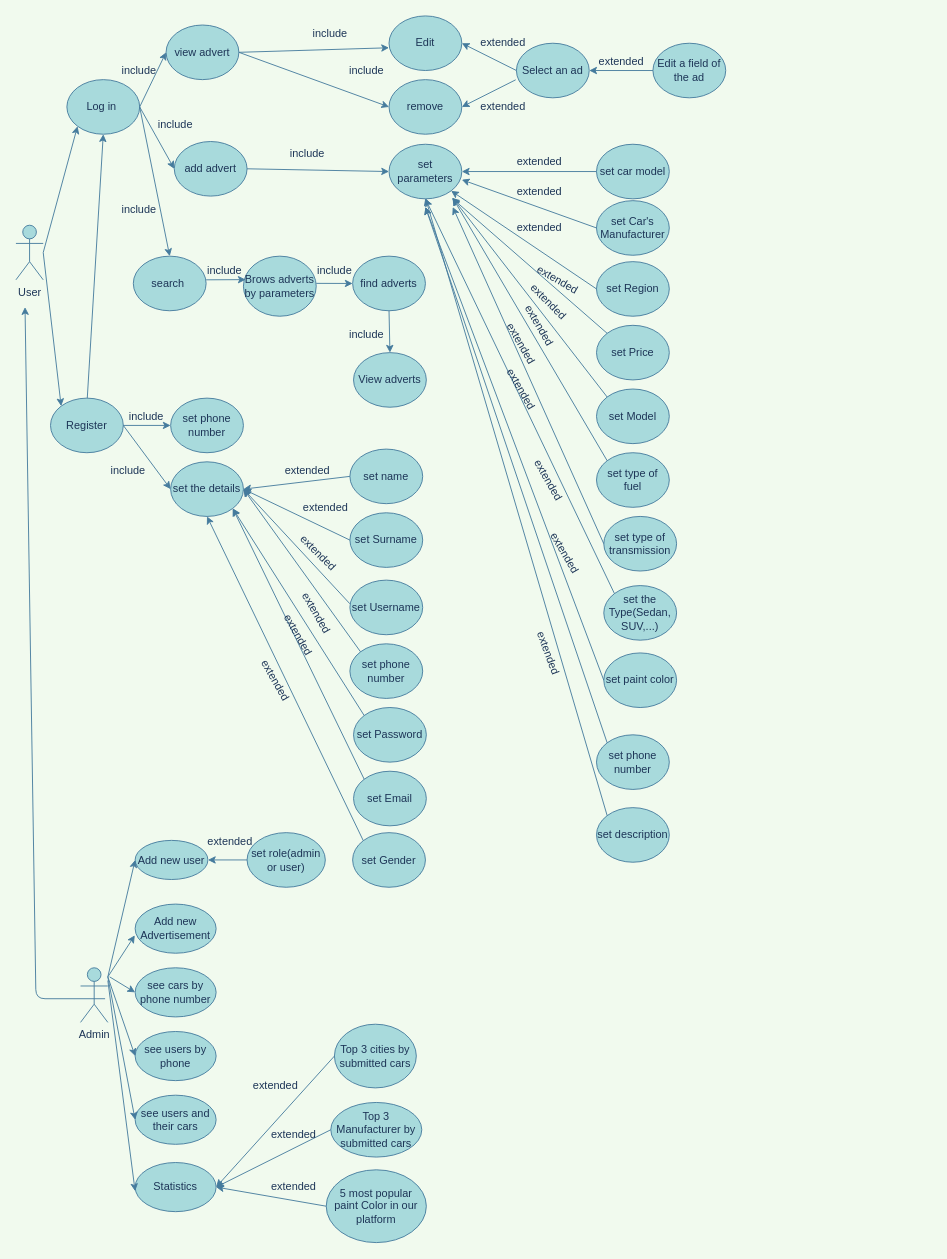
kamran-mehravar/Large-scale-and-Multi-structured-Databases-Project keeps this draw.io diagram as Untitled Diagram.drawio. Above is the earlier version. Source tidied: cells renumbered, new cells numbered last; positions are measured from the earlier drawing's top-left corner, leaving out a move shared by most shapes. Both pictures are drawn from the tidied source at 91%, with x=0, y=0 at pixel (15, 15).
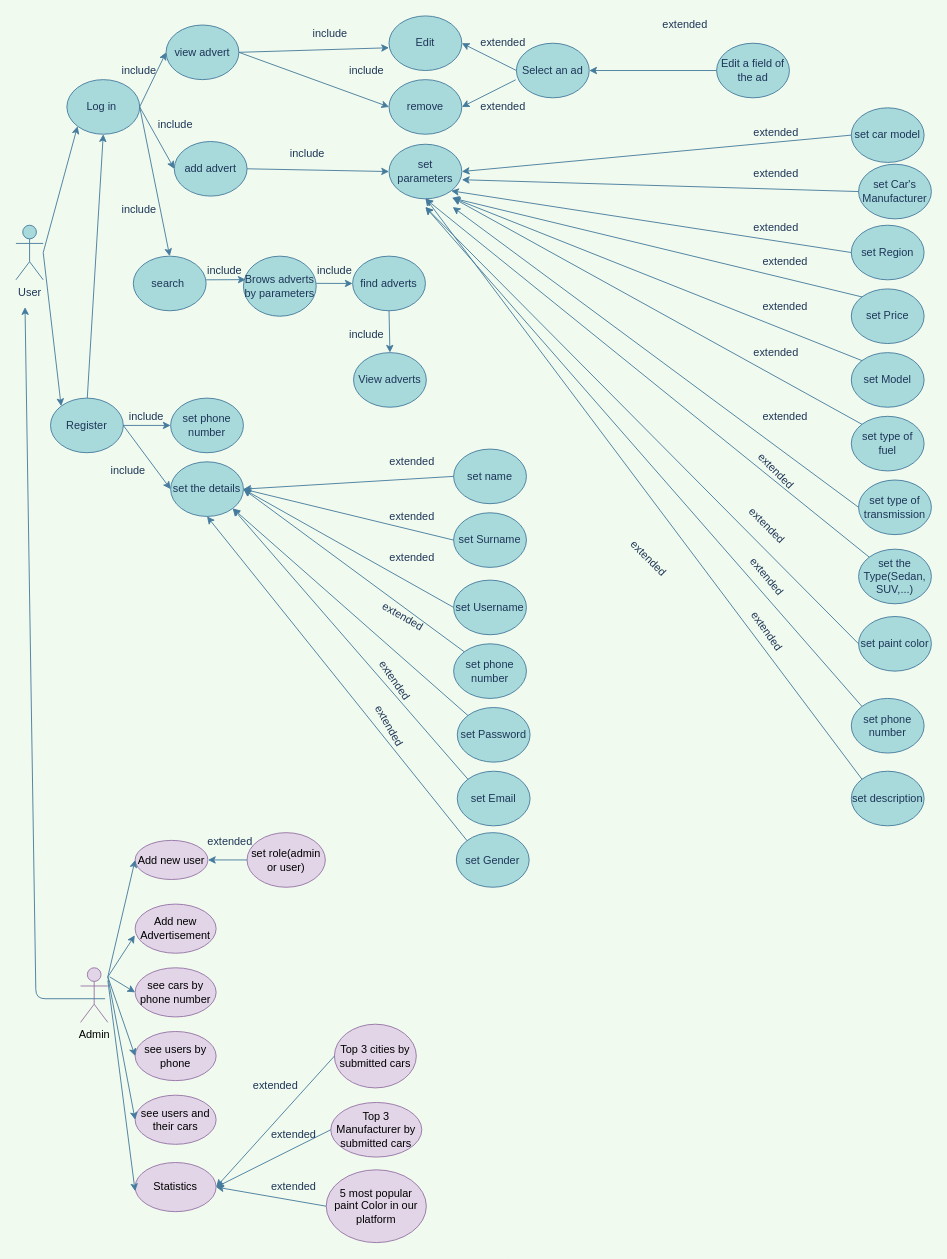
The same page after the edit.

Unchanged cells that the change refers to:
```xml
<mxCell id="84" value="set the details" style="ellipse;whiteSpace=wrap;html=1;fillColor=#A8DADC;strokeColor=#457B9D;fontColor=#1D3557;" parent="1" vertex="1">
  <mxGeometry x="170" y="490" width="80" height="60" as="geometry" />
</mxCell>
```

Change to the diagram source:
```diff
@@
-    <mxCell id="3" value="Admin" style="shape=umlActor;verticalLabelPosition=bottom;verticalAlign=top;html=1;fillColor=#A8DADC;strokeColor=#457B9D;fontColor=#1D3557;" parent="1" vertex="1">
+    <mxCell id="3" value="Admin" style="shape=umlActor;verticalLabelPosition=bottom;verticalAlign=top;html=1;fillColor=#e1d5e7;strokeColor=#9673a6;" parent="1" vertex="1">
       <mxGeometry x="71" y="1046" width="30" height="60" as="geometry" />
     </mxCell>
-    <mxCell id="4" value="Add new user" style="ellipse;whiteSpace=wrap;html=1;fillColor=#A8DADC;strokeColor=#457B9D;fontColor=#1D3557;" parent="1" vertex="1">
+    <mxCell id="4" value="Add new user" style="ellipse;whiteSpace=wrap;html=1;fillColor=#e1d5e7;strokeColor=#9673a6;" parent="1" vertex="1">
       <mxGeometry x="131" y="906" width="80" height="43" as="geometry" />
     </mxCell>
-    <mxCell id="5" value="Add new Advertisement" style="ellipse;whiteSpace=wrap;html=1;fillColor=#A8DADC;strokeColor=#457B9D;fontColor=#1D3557;" parent="1" vertex="1">
+    <mxCell id="5" value="Add new Advertisement" style="ellipse;whiteSpace=wrap;html=1;fillColor=#e1d5e7;strokeColor=#9673a6;" parent="1" vertex="1">
       <mxGeometry x="131" y="976" width="89" height="54" as="geometry" />
     </mxCell>
-    <mxCell id="6" value="see cars by phone number" style="ellipse;whiteSpace=wrap;html=1;fillColor=#A8DADC;strokeColor=#457B9D;fontColor=#1D3557;" parent="1" vertex="1">
+    <mxCell id="6" value="see cars by phone number" style="ellipse;whiteSpace=wrap;html=1;fillColor=#e1d5e7;strokeColor=#9673a6;" parent="1" vertex="1">
       <mxGeometry x="131" y="1046" width="89" height="54" as="geometry" />
     </mxCell>
-    <mxCell id="7" value="see users by phone" style="ellipse;whiteSpace=wrap;html=1;fillColor=#A8DADC;strokeColor=#457B9D;fontColor=#1D3557;" parent="1" vertex="1">
+    <mxCell id="7" value="see users by phone" style="ellipse;whiteSpace=wrap;html=1;fillColor=#e1d5e7;strokeColor=#9673a6;" parent="1" vertex="1">
       <mxGeometry x="131" y="1116" width="89" height="54" as="geometry" />
     </mxCell>
-    <mxCell id="8" value="see users and their cars" style="ellipse;whiteSpace=wrap;html=1;fillColor=#A8DADC;strokeColor=#457B9D;fontColor=#1D3557;" parent="1" vertex="1">
+    <mxCell id="8" value="see users and their cars" style="ellipse;whiteSpace=wrap;html=1;fillColor=#e1d5e7;strokeColor=#9673a6;" parent="1" vertex="1">
       <mxGeometry x="131" y="1186" width="89" height="54" as="geometry" />
     </mxCell>
@@
     <mxCell id="15" value="set Region" style="ellipse;whiteSpace=wrap;html=1;fillColor=#A8DADC;strokeColor=#457B9D;fontColor=#1D3557;" parent="1" vertex="1">
-      <mxGeometry x="638" y="270" width="80" height="60" as="geometry" />
+      <mxGeometry x="918" y="230" width="80" height="60" as="geometry" />
     </mxCell>
@@
     <mxCell id="34" value="Edit a field of the ad" style="ellipse;whiteSpace=wrap;html=1;fillColor=#A8DADC;strokeColor=#457B9D;fontColor=#1D3557;" parent="1" vertex="1">
-      <mxGeometry x="700" y="30" width="80" height="60" as="geometry" />
+      <mxGeometry x="770" y="30" width="80" height="60" as="geometry" />
     </mxCell>
@@
     <mxCell id="36" value="extended" style="text;html=1;align=center;verticalAlign=middle;strokeColor=none;rotation=0;fontColor=#1D3557;" parent="1" vertex="1">
-      <mxGeometry x="630" y="40" width="70" height="20" as="geometry" />
+      <mxGeometry x="700" width="70" height="20" as="geometry" />
     </mxCell>
@@
     <mxCell id="40" value="set Car's Manufacturer" style="ellipse;whiteSpace=wrap;html=1;fillColor=#A8DADC;strokeColor=#457B9D;fontColor=#1D3557;" parent="1" vertex="1">
-      <mxGeometry x="638" y="203" width="80" height="60" as="geometry" />
+      <mxGeometry x="926" y="163" width="80" height="60" as="geometry" />
     </mxCell>
     <mxCell id="41" value="set car model" style="ellipse;whiteSpace=wrap;html=1;fillColor=#A8DADC;strokeColor=#457B9D;fontColor=#1D3557;" parent="1" vertex="1">
-      <mxGeometry x="638" y="141" width="80" height="60" as="geometry" />
+      <mxGeometry x="918" y="101" width="80" height="60" as="geometry" />
     </mxCell>
@@
     <mxCell id="45" value="set Price" style="ellipse;whiteSpace=wrap;html=1;fillColor=#A8DADC;strokeColor=#457B9D;fontColor=#1D3557;" parent="1" vertex="1">
-      <mxGeometry x="638" y="340" width="80" height="60" as="geometry" />
+      <mxGeometry x="918" y="300" width="80" height="60" as="geometry" />
     </mxCell>
     <mxCell id="46" value="set Model" style="ellipse;whiteSpace=wrap;html=1;fillColor=#A8DADC;strokeColor=#457B9D;fontColor=#1D3557;" parent="1" vertex="1">
-      <mxGeometry x="638" y="410" width="80" height="60" as="geometry" />
+      <mxGeometry x="918" y="370" width="80" height="60" as="geometry" />
     </mxCell>
     <mxCell id="47" value="set type of fuel" style="ellipse;whiteSpace=wrap;html=1;fillColor=#A8DADC;strokeColor=#457B9D;fontColor=#1D3557;" parent="1" vertex="1">
-      <mxGeometry x="638" y="480" width="80" height="60" as="geometry" />
+      <mxGeometry x="918" y="440" width="80" height="60" as="geometry" />
     </mxCell>
     <mxCell id="48" value="set type of transmission" style="ellipse;whiteSpace=wrap;html=1;fillColor=#A8DADC;strokeColor=#457B9D;fontColor=#1D3557;" parent="1" vertex="1">
-      <mxGeometry x="646" y="550" width="80" height="60" as="geometry" />
+      <mxGeometry x="926" y="510" width="80" height="60" as="geometry" />
     </mxCell>
     <mxCell id="49" value="set the Type(Sedan, SUV,...)" style="ellipse;whiteSpace=wrap;html=1;fillColor=#A8DADC;strokeColor=#457B9D;fontColor=#1D3557;" parent="1" vertex="1">
-      <mxGeometry x="646" y="626" width="80" height="60" as="geometry" />
+      <mxGeometry x="926" y="586" width="80" height="60" as="geometry" />
     </mxCell>
     <mxCell id="50" value="set paint color" style="ellipse;whiteSpace=wrap;html=1;fillColor=#A8DADC;strokeColor=#457B9D;fontColor=#1D3557;" parent="1" vertex="1">
-      <mxGeometry x="646" y="700" width="80" height="60" as="geometry" />
+      <mxGeometry x="926" y="660" width="80" height="60" as="geometry" />
     </mxCell>
     <mxCell id="51" value="set phone number" style="ellipse;whiteSpace=wrap;html=1;fillColor=#A8DADC;strokeColor=#457B9D;fontColor=#1D3557;" parent="1" vertex="1">
-      <mxGeometry x="638" y="790" width="80" height="60" as="geometry" />
+      <mxGeometry x="918" y="750" width="80" height="60" as="geometry" />
     </mxCell>
     <mxCell id="52" value="set description" style="ellipse;whiteSpace=wrap;html=1;fillColor=#A8DADC;strokeColor=#457B9D;fontColor=#1D3557;" parent="1" vertex="1">
-      <mxGeometry x="638" y="870" width="80" height="60" as="geometry" />
+      <mxGeometry x="918" y="830" width="80" height="60" as="geometry" />
     </mxCell>
@@
     <mxCell id="61" value="extended" style="text;html=1;align=center;verticalAlign=middle;strokeColor=none;rotation=0;fontColor=#1D3557;" parent="1" vertex="1">
-      <mxGeometry x="540" y="150" width="70" height="20" as="geometry" />
+      <mxGeometry x="800" y="118" width="70" height="20" as="geometry" />
     </mxCell>
     <mxCell id="62" value="extended" style="text;html=1;align=center;verticalAlign=middle;strokeColor=none;rotation=0;fontColor=#1D3557;" parent="1" vertex="1">
-      <mxGeometry x="540" y="183" width="70" height="20" as="geometry" />
+      <mxGeometry x="800" y="163" width="70" height="20" as="geometry" />
     </mxCell>
     <mxCell id="63" value="extended" style="text;html=1;align=center;verticalAlign=middle;strokeColor=none;rotation=0;fontColor=#1D3557;" parent="1" vertex="1">
-      <mxGeometry x="540" y="223" width="70" height="20" as="geometry" />
+      <mxGeometry x="800" y="223" width="70" height="20" as="geometry" />
     </mxCell>
-    <mxCell id="64" value="extended" style="text;html=1;align=center;verticalAlign=middle;strokeColor=none;rotation=30;fontColor=#1D3557;" parent="1" vertex="1">
-      <mxGeometry x="560" y="280" width="70" height="20" as="geometry" />
+    <mxCell id="64" value="extended" style="text;html=1;align=center;verticalAlign=middle;strokeColor=none;rotation=0;fontColor=#1D3557;" parent="1" vertex="1">
+      <mxGeometry x="810" y="260" width="70" height="20" as="geometry" />
     </mxCell>
-    <mxCell id="65" value="extended" style="text;html=1;align=center;verticalAlign=middle;strokeColor=none;rotation=45;fontColor=#1D3557;" parent="1" vertex="1">
-      <mxGeometry x="550" y="304" width="70" height="20" as="geometry" />
+    <mxCell id="65" value="extended" style="text;html=1;align=center;verticalAlign=middle;strokeColor=none;rotation=0;fontColor=#1D3557;" parent="1" vertex="1">
+      <mxGeometry x="810" y="430" width="70" height="20" as="geometry" />
     </mxCell>
-    <mxCell id="66" value="extended" style="text;html=1;align=center;verticalAlign=middle;strokeColor=none;rotation=60;fontColor=#1D3557;" parent="1" vertex="1">
-      <mxGeometry x="540" y="330" width="70" height="20" as="geometry" />
+    <mxCell id="66" value="extended" style="text;html=1;align=center;verticalAlign=middle;strokeColor=none;rotation=45;fontColor=#1D3557;" parent="1" vertex="1">
+      <mxGeometry x="800" y="490" width="70" height="20" as="geometry" />
     </mxCell>
-    <mxCell id="67" value="extended" style="text;html=1;align=center;verticalAlign=middle;strokeColor=none;rotation=60;fontColor=#1D3557;" parent="1" vertex="1">
-      <mxGeometry x="520" y="350" width="70" height="20" as="geometry" />
+    <mxCell id="67" value="extended" style="text;html=1;align=center;verticalAlign=middle;strokeColor=none;rotation=45;fontColor=#1D3557;" parent="1" vertex="1">
+      <mxGeometry x="790" y="550" width="70" height="20" as="geometry" />
     </mxCell>
-    <mxCell id="68" value="extended" style="text;html=1;align=center;verticalAlign=middle;strokeColor=none;rotation=60;fontColor=#1D3557;" parent="1" vertex="1">
-      <mxGeometry x="520" y="400" width="70" height="20" as="geometry" />
+    <mxCell id="68" value="extended" style="text;html=1;align=center;verticalAlign=middle;strokeColor=none;rotation=50;fontColor=#1D3557;" parent="1" vertex="1">
+      <mxGeometry x="790" y="606" width="70" height="20" as="geometry" />
     </mxCell>
-    <mxCell id="69" value="extended" style="text;html=1;align=center;verticalAlign=middle;strokeColor=none;rotation=60;fontColor=#1D3557;" parent="1" vertex="1">
-      <mxGeometry x="550" y="500" width="70" height="20" as="geometry" />
+    <mxCell id="69" value="extended" style="text;html=1;align=center;verticalAlign=middle;strokeColor=none;rotation=55;fontColor=#1D3557;" parent="1" vertex="1">
+      <mxGeometry x="790" y="666" width="70" height="20" as="geometry" />
     </mxCell>
-    <mxCell id="70" value="extended" style="text;html=1;align=center;verticalAlign=middle;strokeColor=none;rotation=60;fontColor=#1D3557;" parent="1" vertex="1">
-      <mxGeometry x="568" y="580" width="70" height="20" as="geometry" />
-    </mxCell>
-    <mxCell id="71" value="extended" style="text;html=1;align=center;verticalAlign=middle;strokeColor=none;rotation=70;fontColor=#1D3557;" parent="1" vertex="1">
-      <mxGeometry x="550" y="690" width="70" height="20" as="geometry" />
-    </mxCell>
@@
     <mxCell id="85" value="set&amp;nbsp;name" style="ellipse;whiteSpace=wrap;html=1;fillColor=#A8DADC;strokeColor=#457B9D;fontColor=#1D3557;" parent="1" vertex="1">
-      <mxGeometry x="367" y="476" width="80" height="60" as="geometry" />
+      <mxGeometry x="481" y="476" width="80" height="60" as="geometry" />
     </mxCell>
     <mxCell id="86" value="set&amp;nbsp;Surname" style="ellipse;whiteSpace=wrap;html=1;fillColor=#A8DADC;strokeColor=#457B9D;fontColor=#1D3557;" parent="1" vertex="1">
-      <mxGeometry x="367" y="546" width="80" height="60" as="geometry" />
+      <mxGeometry x="481" y="546" width="80" height="60" as="geometry" />
     </mxCell>
     <mxCell id="87" value="set&amp;nbsp;phone number" style="ellipse;whiteSpace=wrap;html=1;fillColor=#A8DADC;strokeColor=#457B9D;fontColor=#1D3557;" parent="1" vertex="1">
-      <mxGeometry x="367" y="690" width="80" height="60" as="geometry" />
+      <mxGeometry x="481" y="690" width="80" height="60" as="geometry" />
     </mxCell>
@@
     <mxCell id="93" value="set&amp;nbsp;Password" style="ellipse;whiteSpace=wrap;html=1;fillColor=#A8DADC;strokeColor=#457B9D;fontColor=#1D3557;" parent="1" vertex="1">
-      <mxGeometry x="371" y="760" width="80" height="60" as="geometry" />
+      <mxGeometry x="485" y="760" width="80" height="60" as="geometry" />
     </mxCell>
@@
     <mxCell id="95" value="set&amp;nbsp;Email" style="ellipse;whiteSpace=wrap;html=1;fillColor=#A8DADC;strokeColor=#457B9D;fontColor=#1D3557;" parent="1" vertex="1">
-      <mxGeometry x="371" y="830" width="80" height="60" as="geometry" />
+      <mxGeometry x="485" y="830" width="80" height="60" as="geometry" />
     </mxCell>
@@
     <mxCell id="97" value="set&amp;nbsp;Gender" style="ellipse;whiteSpace=wrap;html=1;fillColor=#A8DADC;strokeColor=#457B9D;fontColor=#1D3557;" parent="1" vertex="1">
-      <mxGeometry x="370" y="897.5" width="80" height="60" as="geometry" />
+      <mxGeometry x="484" y="897.5" width="80" height="60" as="geometry" />
     </mxCell>
@@
     <mxCell id="100" value="extended" style="text;html=1;align=center;verticalAlign=middle;strokeColor=none;rotation=0;fontColor=#1D3557;" parent="1" vertex="1">
-      <mxGeometry x="285" y="490" width="70" height="20" as="geometry" />
+      <mxGeometry x="400" y="480" width="70" height="20" as="geometry" />
     </mxCell>
     <mxCell id="101" value="extended" style="text;html=1;align=center;verticalAlign=middle;strokeColor=none;rotation=0;fontColor=#1D3557;" parent="1" vertex="1">
-      <mxGeometry x="305" y="530" width="70" height="20" as="geometry" />
+      <mxGeometry x="400" y="540" width="70" height="20" as="geometry" />
     </mxCell>
     <mxCell id="102" value="extended" style="text;html=1;align=center;verticalAlign=middle;strokeColor=none;rotation=45;fontColor=#1D3557;" parent="1" vertex="1">
-      <mxGeometry x="297" y="580" width="70" height="20" as="geometry" />
+      <mxGeometry x="660" y="586" width="70" height="20" as="geometry" />
     </mxCell>
-    <mxCell id="103" value="extended" style="text;html=1;align=center;verticalAlign=middle;strokeColor=none;rotation=60;fontColor=#1D3557;" parent="1" vertex="1">
-      <mxGeometry x="295" y="646" width="70" height="20" as="geometry" />
+    <mxCell id="103" value="extended" style="text;html=1;align=center;verticalAlign=middle;strokeColor=none;rotation=55;fontColor=#1D3557;" parent="1" vertex="1">
+      <mxGeometry x="381" y="720" width="70" height="20" as="geometry" />
     </mxCell>
     <mxCell id="104" value="extended" style="text;html=1;align=center;verticalAlign=middle;strokeColor=none;rotation=60;fontColor=#1D3557;" parent="1" vertex="1">
-      <mxGeometry x="275" y="670" width="70" height="20" as="geometry" />
+      <mxGeometry x="375" y="770" width="70" height="20" as="geometry" />
     </mxCell>
-    <mxCell id="105" value="extended" style="text;html=1;align=center;verticalAlign=middle;strokeColor=none;rotation=60;fontColor=#1D3557;" parent="1" vertex="1">
-      <mxGeometry x="250" y="720" width="70" height="20" as="geometry" />
-    </mxCell>
@@
     <mxCell id="112" value="set Username" style="ellipse;whiteSpace=wrap;html=1;fillColor=#A8DADC;strokeColor=#457B9D;fontColor=#1D3557;" parent="1" vertex="1">
-      <mxGeometry x="367" y="620" width="80" height="60" as="geometry" />
+      <mxGeometry x="481" y="620" width="80" height="60" as="geometry" />
     </mxCell>
-    <mxCell id="113" style="endArrow=classic;html=1;labelBackgroundColor=#F1FAEE;strokeColor=#457B9D;fontColor=#1D3557;exitX=0;exitY=0.5;exitDx=0;exitDy=0;" parent="1" edge="1">
-      <mxGeometry relative="1" as="geometry">
-        <mxPoint x="367" y="646" as="sourcePoint" />
-        <mxPoint x="250" y="520" as="targetPoint" />
-      </mxGeometry>
-    </mxCell>
-    <mxCell id="114" value="set role(admin or user)" style="ellipse;whiteSpace=wrap;html=1;fillColor=#A8DADC;strokeColor=#457B9D;fontColor=#1D3557;" parent="1" vertex="1">
+    <mxCell id="114" value="set role(admin or user)" style="ellipse;whiteSpace=wrap;html=1;fillColor=#e1d5e7;strokeColor=#9673a6;" parent="1" vertex="1">
       <mxGeometry x="254" y="897.5" width="86" height="60" as="geometry" />
     </mxCell>
@@
-    <mxCell id="117" value="Statistics" style="ellipse;whiteSpace=wrap;html=1;fillColor=#A8DADC;strokeColor=#457B9D;fontColor=#1D3557;" parent="1" vertex="1">
+    <mxCell id="117" value="Statistics" style="ellipse;whiteSpace=wrap;html=1;fillColor=#e1d5e7;strokeColor=#9673a6;" parent="1" vertex="1">
       <mxGeometry x="131" y="1260" width="89" height="54" as="geometry" />
     </mxCell>
@@
-    <mxCell id="119" value="Top 3 cities by submitted cars" style="ellipse;whiteSpace=wrap;html=1;fillColor=#A8DADC;strokeColor=#457B9D;fontColor=#1D3557;" parent="1" vertex="1">
+    <mxCell id="119" value="Top 3 cities by submitted cars" style="ellipse;whiteSpace=wrap;html=1;fillColor=#e1d5e7;strokeColor=#9673a6;" parent="1" vertex="1">
       <mxGeometry x="350" y="1108" width="90" height="70" as="geometry" />
     </mxCell>
-    <mxCell id="120" value="Top 3 Manufacturer by submitted cars" style="ellipse;whiteSpace=wrap;html=1;fillColor=#A8DADC;strokeColor=#457B9D;fontColor=#1D3557;" parent="1" vertex="1">
+    <mxCell id="120" value="Top 3 Manufacturer by submitted cars" style="ellipse;whiteSpace=wrap;html=1;fillColor=#e1d5e7;strokeColor=#9673a6;" parent="1" vertex="1">
       <mxGeometry x="346" y="1194" width="100" height="60" as="geometry" />
     </mxCell>
-    <mxCell id="121" value="5 most popular paint Color in our platform" style="ellipse;whiteSpace=wrap;html=1;fillColor=#A8DADC;strokeColor=#457B9D;fontColor=#1D3557;" parent="1" vertex="1">
+    <mxCell id="121" value="5 most popular paint Color in our platform" style="ellipse;whiteSpace=wrap;html=1;fillColor=#e1d5e7;strokeColor=#9673a6;" parent="1" vertex="1">
       <mxGeometry x="341" y="1268" width="110" height="80" as="geometry" />
     </mxCell>
@@
+    <mxCell id="128" value="extended" style="text;html=1;align=center;verticalAlign=middle;strokeColor=none;rotation=0;fontColor=#1D3557;" parent="1" vertex="1">
+      <mxGeometry x="800" y="360" width="70" height="20" as="geometry" />
+    </mxCell>
+    <mxCell id="129" value="extended" style="text;html=1;align=center;verticalAlign=middle;strokeColor=none;rotation=0;fontColor=#1D3557;" parent="1" vertex="1">
+      <mxGeometry x="810" y="310" width="70" height="20" as="geometry" />
+    </mxCell>
+    <mxCell id="130" style="endArrow=classic;html=1;labelBackgroundColor=#F1FAEE;strokeColor=#457B9D;fontColor=#1D3557;exitX=0;exitY=0.5;exitDx=0;exitDy=0;entryX=1;entryY=0.5;entryDx=0;entryDy=0;" parent="1" edge="1" source="112" target="84">
+      <mxGeometry relative="1" as="geometry" />
+    </mxCell>
+    <mxCell id="131" value="extended" style="text;html=1;align=center;verticalAlign=middle;strokeColor=none;rotation=0;fontColor=#1D3557;" parent="1" vertex="1">
+      <mxGeometry x="400" y="586" width="70" height="20" as="geometry" />
+    </mxCell>
+    <mxCell id="132" value="extended" style="text;html=1;align=center;verticalAlign=middle;strokeColor=none;rotation=30;fontColor=#1D3557;" parent="1" vertex="1">
+      <mxGeometry x="390" y="650" width="70" height="20" as="geometry" />
+    </mxCell>
```
